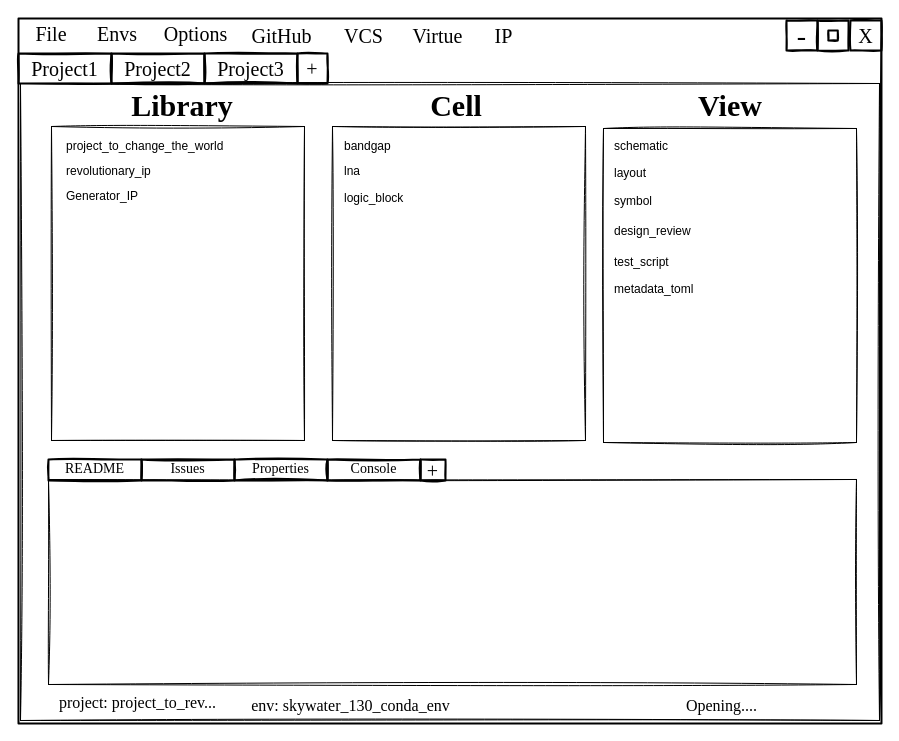
This is docs/imgs/viper_project_manager_mockup.drawio from cascode-labs/viper, a draw.io file, before an edit. Source tidied: cells renumbered, new cells numbered last; positions are measured from the earlier drawing's top-left corner, leaving out a move shared by most shapes. Both pictures are drawn from the tidied source at 100%, with x=0, y=0 at pixel (18, 18).
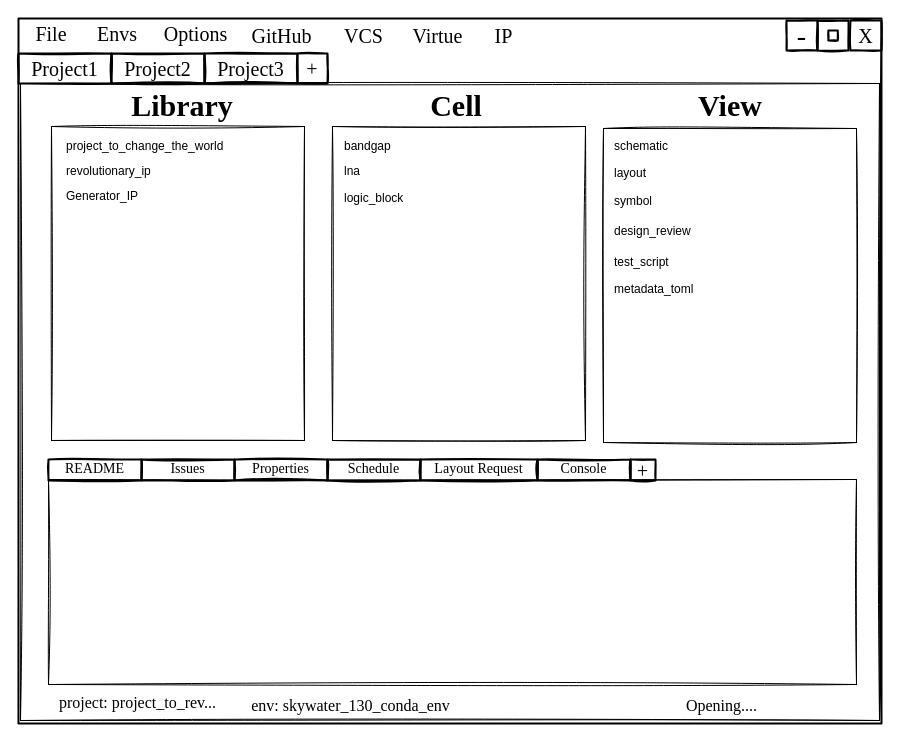
After the change.

Commit message (it also covers changes not shown here):
update project manager mock up

What changed in the source:
```diff
@@
     <mxCell id="24" value="&lt;font style=&quot;font-size: 14px&quot;&gt;Console&lt;/font&gt;" style="text;html=1;align=center;verticalAlign=bottom;whiteSpace=wrap;rounded=0;sketch=1;hachureGap=4;fontFamily=Times New Roman;fontSize=20;strokeWidth=2;strokeColor=default;" parent="1" vertex="1">
-      <mxGeometry x="309" y="441" width="93" height="21" as="geometry" />
+      <mxGeometry x="519" y="441" width="93" height="21" as="geometry" />
     </mxCell>
@@
     <mxCell id="32" value="+" style="text;html=1;align=center;verticalAlign=middle;whiteSpace=wrap;rounded=0;sketch=1;hachureGap=4;fontFamily=Times New Roman;fontSize=20;strokeWidth=2;strokeColor=default;" parent="1" vertex="1">
-      <mxGeometry x="402" y="441" width="25" height="21" as="geometry" />
+      <mxGeometry x="612" y="441" width="25" height="21" as="geometry" />
     </mxCell>
@@
+    <mxCell id="46" value="&lt;font style=&quot;font-size: 14px&quot;&gt;Schedule&lt;/font&gt;" style="text;html=1;align=center;verticalAlign=bottom;whiteSpace=wrap;rounded=0;sketch=1;hachureGap=4;fontFamily=Times New Roman;fontSize=20;strokeWidth=2;strokeColor=default;" parent="1" vertex="1">
+      <mxGeometry x="309" y="441" width="93" height="21" as="geometry" />
+    </mxCell>
+    <mxCell id="47" value="&lt;font style=&quot;font-size: 14px&quot;&gt;Layout Request&lt;/font&gt;" style="text;html=1;align=center;verticalAlign=bottom;whiteSpace=wrap;rounded=0;sketch=1;hachureGap=4;fontFamily=Times New Roman;fontSize=20;strokeWidth=2;strokeColor=default;" parent="1" vertex="1">
+      <mxGeometry x="402" y="441" width="117" height="21" as="geometry" />
+    </mxCell>
```
